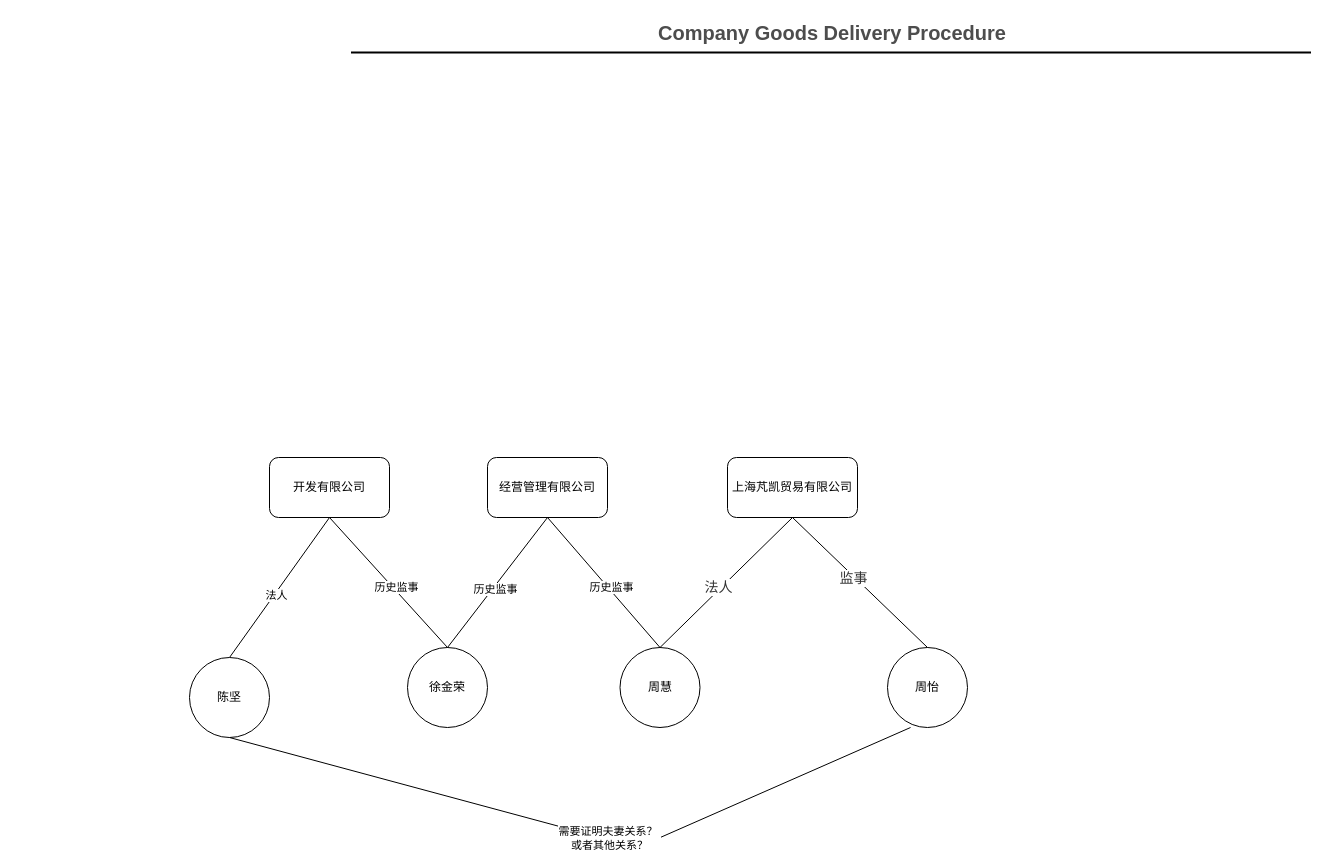
jianguocong/chart keeps this draw.io diagram as jinkoucheng_renyuan_guanxi.drawio. Above is the earlier version. Source tidied: cells renumbered, new cells numbered last; positions are measured from the earlier drawing's top-left corner, leaving out a move shared by most shapes. Both pictures are drawn from the tidied source at 100%, with x=0, y=0 at pixel (189, 17).
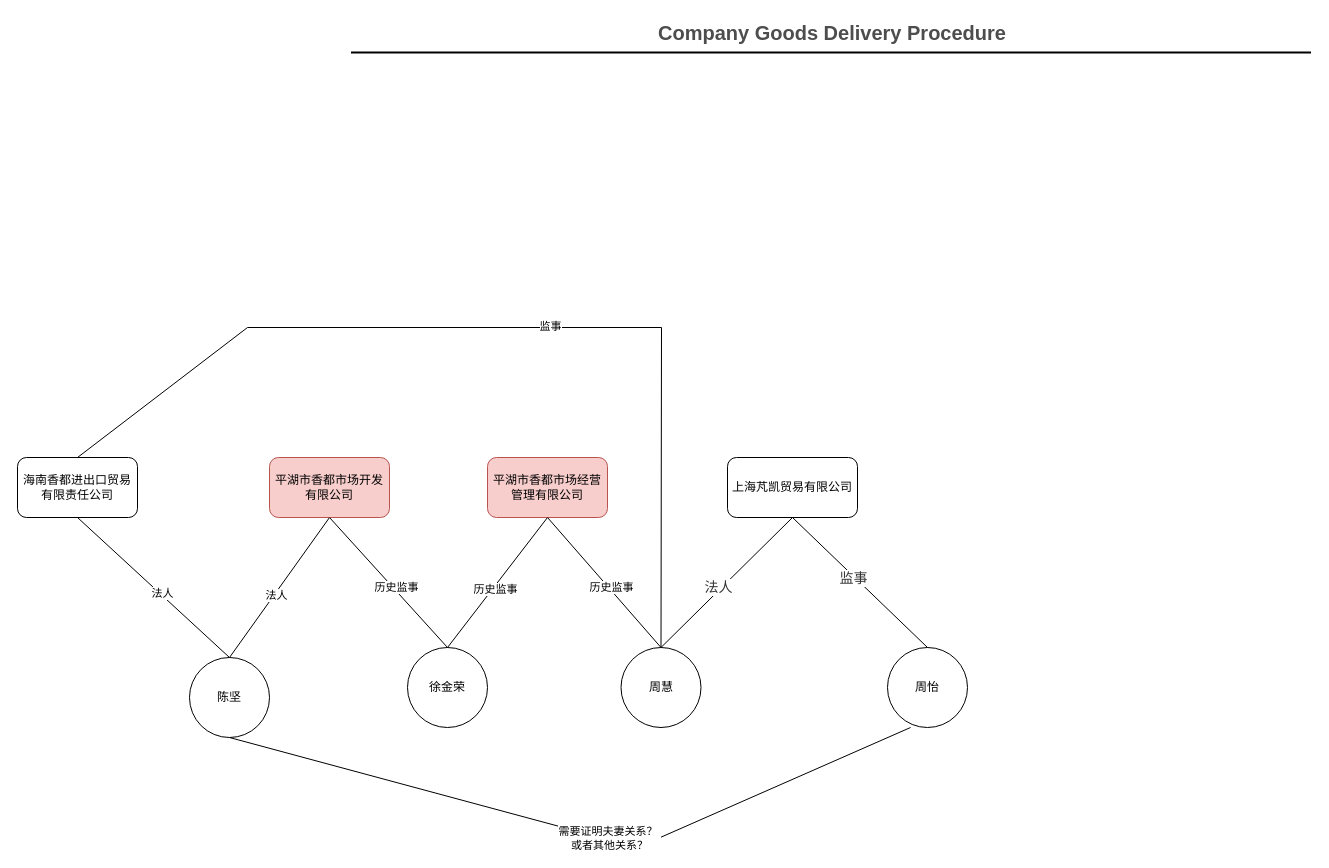
After the change.

The change refers to these unchanged cells:
```xml
<mxCell id="8" value="陈坚" style="ellipse;whiteSpace=wrap;html=1;" parent="1" vertex="1">
  <mxGeometry y="640" width="80" height="80" as="geometry" />
</mxCell>
```

Diff of the diagram source:
```diff
@@
     <mxCell id="9" value="周慧" style="ellipse;whiteSpace=wrap;html=1;" parent="1" vertex="1">
-      <mxGeometry x="430.5" y="630" width="80" height="80" as="geometry" />
+      <mxGeometry x="431.5" y="630" width="80" height="80" as="geometry" />
     </mxCell>
@@
-    <mxCell id="13" value="开发有限公司" style="rounded=1;whiteSpace=wrap;html=1;" parent="1" vertex="1">
+    <mxCell id="13" value="平湖市香都市场开发有限公司" style="rounded=1;whiteSpace=wrap;html=1;fillColor=#f8cecc;strokeColor=#b85450;" parent="1" vertex="1">
       <mxGeometry x="80" y="440" width="120" height="60" as="geometry" />
     </mxCell>
-    <mxCell id="14" value="经营管理有限公司" style="rounded=1;whiteSpace=wrap;html=1;" parent="1" vertex="1">
+    <mxCell id="14" value="平湖市香都市场经营管理有限公司" style="rounded=1;whiteSpace=wrap;html=1;fillColor=#f8cecc;strokeColor=#b85450;" parent="1" vertex="1">
       <mxGeometry x="298" y="440" width="120" height="60" as="geometry" />
     </mxCell>
@@
+    <mxCell id="25" value="海南香都进出口贸易有限责任公司" style="rounded=1;whiteSpace=wrap;html=1;" parent="1" vertex="1">
+      <mxGeometry x="-172" y="440" width="120" height="60" as="geometry" />
+    </mxCell>
+    <mxCell id="26" style="endArrow=none;html=1;rounded=0;exitX=0.5;exitY=1;exitDx=0;exitDy=0;entryX=0.5;entryY=0;entryDx=0;entryDy=0;" parent="1" edge="1" source="25" target="8">
+      <mxGeometry relative="1" as="geometry" />
+    </mxCell>
+    <mxCell id="27" value="法人" style="edgeLabel;html=1;align=center;verticalAlign=middle;" parent="26" vertex="1">
+      <mxGeometry x="0.09" y="2" relative="1" as="geometry" />
+    </mxCell>
+    <mxCell id="28" style="endArrow=none;html=1;rounded=0;exitX=0.5;exitY=0;exitDx=0;exitDy=0;entryX=0.5;entryY=0;entryDx=0;entryDy=0;" parent="1" edge="1" source="25" target="9">
+      <mxGeometry relative="1" as="geometry">
+        <Array as="points">
+          <mxPoint x="58" y="310" />
+          <mxPoint x="472" y="310" />
+        </Array>
+      </mxGeometry>
+    </mxCell>
+    <mxCell id="29" value="监事" style="edgeLabel;html=1;align=center;verticalAlign=middle;" parent="28" vertex="1">
+      <mxGeometry x="0.09" y="2" relative="1" as="geometry" />
+    </mxCell>
```
